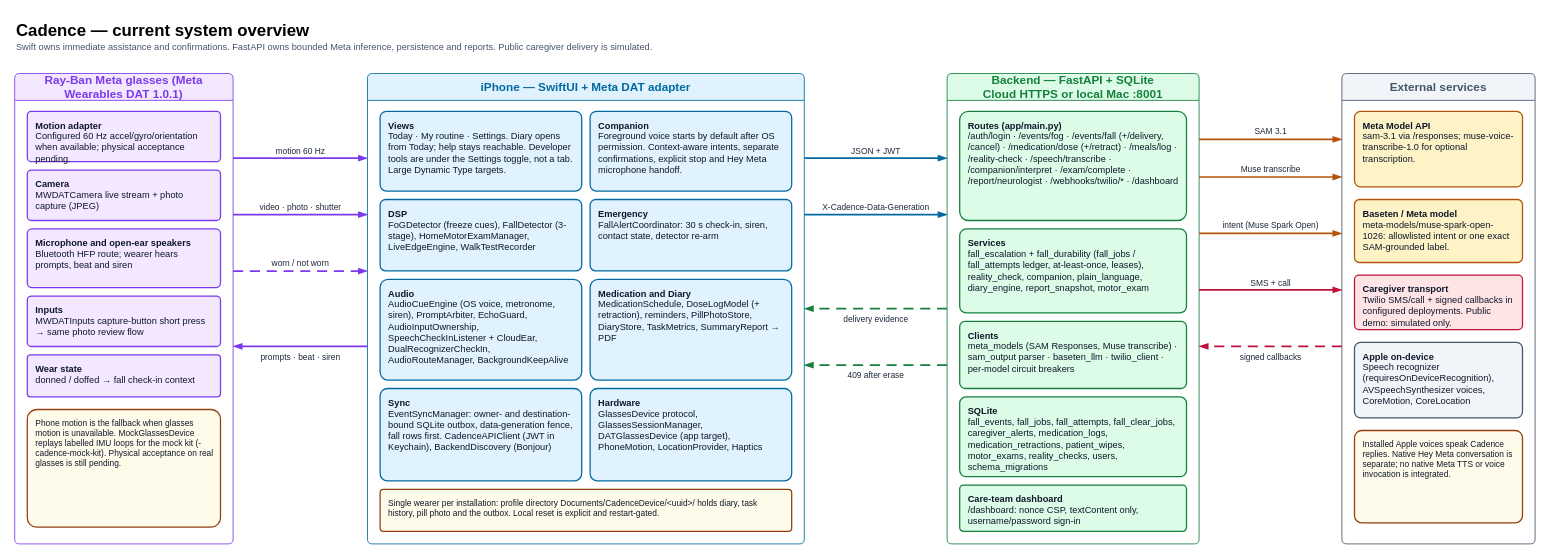
Before: page "1 System overview" (1 of 5) of docs/cadence_architecture.drawio in theloopsmith/Cadence, a draw.io diagram. Source tidied: cells renumbered, new cells numbered last; positions are measured from the earlier drawing's top-left corner, leaving out a move shared by most shapes. Both pictures are drawn from the tidied source at 84%, with x=0, y=0 at pixel (14, 14).
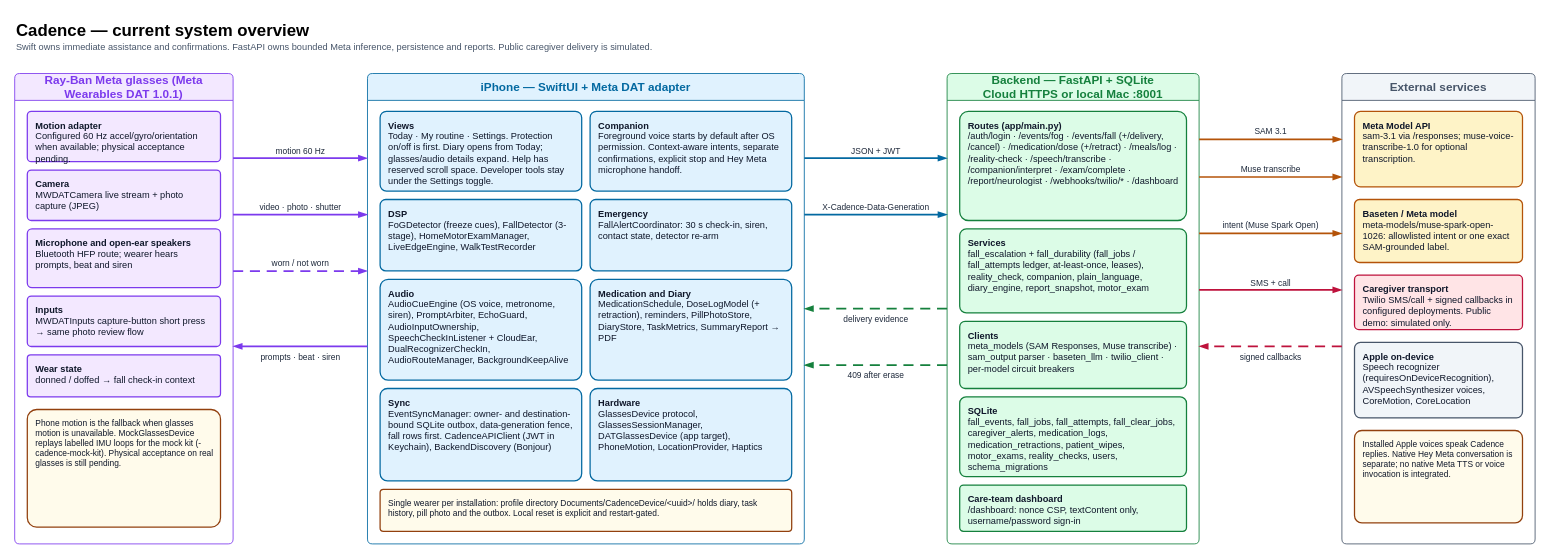
After the change.

Unchanged cells that the change refers to:
```xml
<mxCell id="4" value="iPhone — SwiftUI + Meta DAT adapter" style="swimlane;whiteSpace=wrap;html=1;startSize=32;fillColor=#E0F2FE;strokeColor=#0369A1;fontColor=#0369A1;fontStyle=1;fontSize=14;rounded=1;arcSize=6;swimlaneFillColor=#FFFFFF;" parent="1" vertex="1">
  <mxGeometry x="420" y="70" width="520" height="560" as="geometry" />
</mxCell>
```

The edit, as a diff of the source:
```diff
@@
-    <mxCell id="13" value="&lt;b&gt;Views&lt;/b&gt;&lt;br/&gt;Today · My routine · Settings. Diary opens from Today; help stays reachable. Developer tools are under the Settings toggle, not a tab. Large Dynamic Type targets." style="rounded=1;arcSize=8;whiteSpace=wrap;html=1;fillColor=#E0F2FE;strokeColor=#0369A1;fontColor=#0F172A;fontSize=11;align=left;verticalAlign=top;spacingLeft=8;spacingRight=8;spacingTop=4;strokeWidth=1.5;" parent="4" vertex="1">
+    <mxCell id="13" value="&lt;b&gt;Views&lt;/b&gt;&lt;br/&gt;Today · My routine · Settings. Protection on/off is first. Diary opens from Today; glasses/audio details expand. Help has reserved scroll space. Developer tools stay under the Settings toggle." style="rounded=1;arcSize=8;whiteSpace=wrap;html=1;fillColor=#E0F2FE;strokeColor=#0369A1;fontColor=#0F172A;fontSize=11;align=left;verticalAlign=top;spacingLeft=8;spacingRight=8;spacingTop=4;strokeWidth=1.5;" parent="4" vertex="1">
       <mxGeometry x="15" y="45" width="240" height="95" as="geometry" />
     </mxCell>
```
